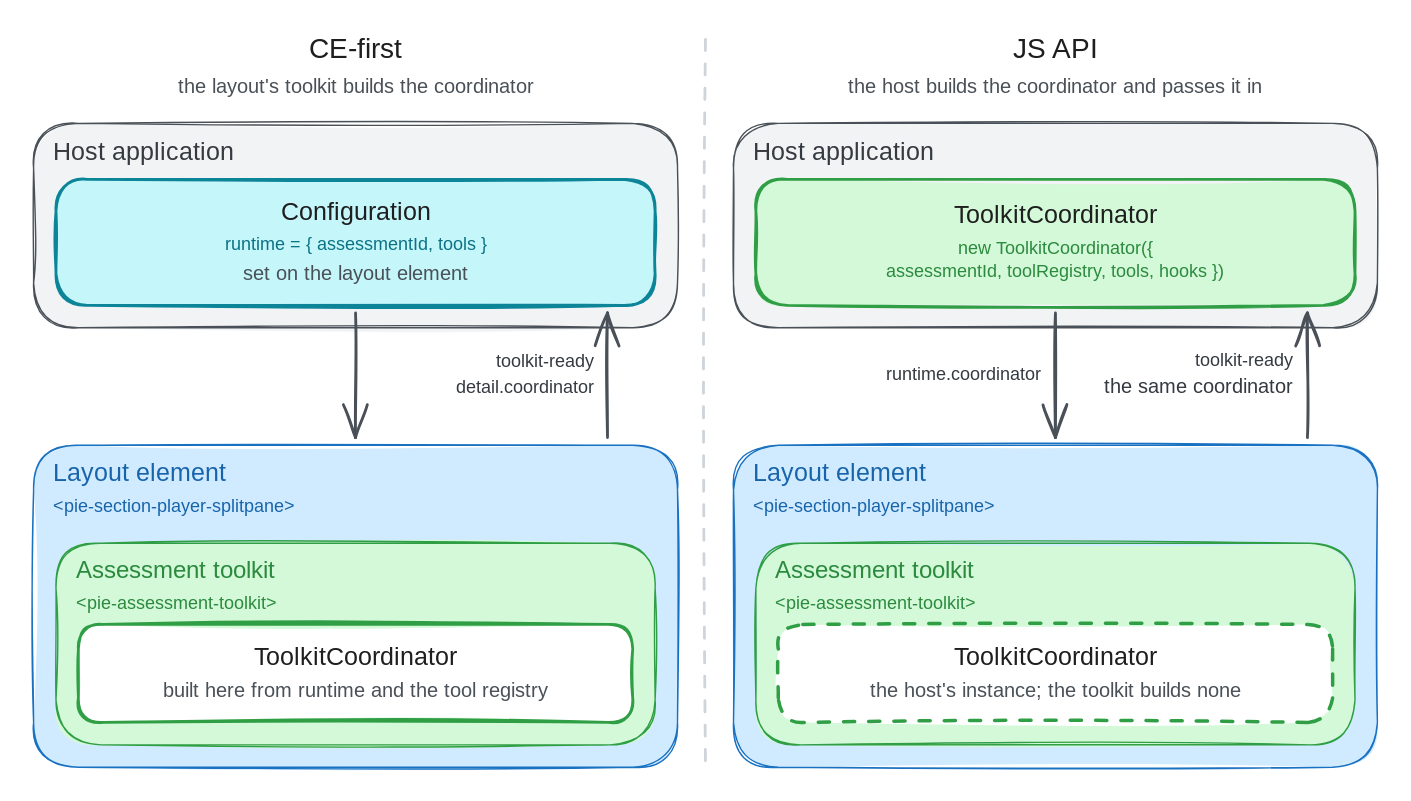
Earlier version of the Excalidraw export packages/pie-website-app/static/images/diagrams/section-integration-modes.excalidraw.svg (pie-framework/pie-website-ng). Source tidied: one line per element, renumbered; positions are measured from the earlier drawing's top-left corner, leaving out a move shared by most shapes.
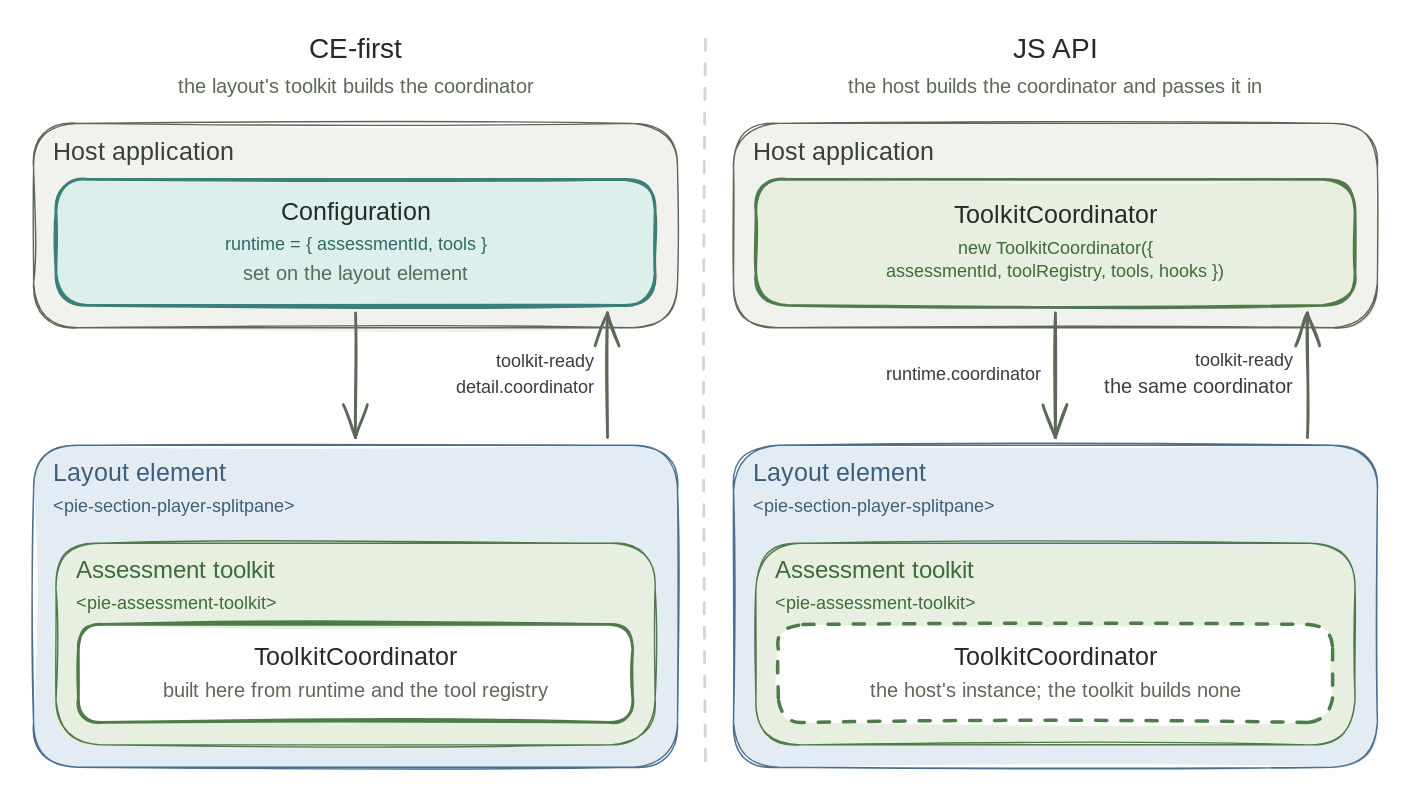
Above is the later version.

Diff of the diagram source:
```diff
@@ -1,43 +1,43 @@
-{"id": 0, "type": "rectangle", "strokeColor": "#495057", "backgroundColor": "#f1f3f5", "fillStyle": "solid", "strokeWidth": 1, "roughness": 1, "round": true, "x": 0, "y": 64, "width": 460, "height": 146}
+{"id": 0, "type": "rectangle", "strokeColor": "#5d6858", "backgroundColor": "#f1f1ed", "fillStyle": "solid", "strokeWidth": 1, "roughness": 1, "round": true, "x": 0, "y": 64, "width": 460, "height": 146}
-{"id": 1, "type": "text", "text": "Host application", "strokeColor": "#343a40", "strokeWidth": 2, "roughness": 1, "fontSize": 18, "fontFamily": 5, "x": 14, "y": 74, "width": 140, "height": 22}
+{"id": 1, "type": "text", "text": "Host application", "strokeColor": "#373f36", "strokeWidth": 2, "roughness": 1, "fontSize": 18, "fontFamily": 5, "x": 14, "y": 74, "width": 140, "height": 22}
-{"id": 2, "type": "rectangle", "strokeColor": "#1971c2", "backgroundColor": "#d0ebff", "fillStyle": "solid", "strokeWidth": 1, "roughness": 1, "round": true, "x": 0, "y": 294, "width": 460, "height": 230}
+{"id": 2, "type": "rectangle", "strokeColor": "#4a6f8f", "backgroundColor": "#e3ecf3", "fillStyle": "solid", "strokeWidth": 1, "roughness": 1, "round": true, "x": 0, "y": 294, "width": 460, "height": 230}
-{"id": 3, "type": "text", "text": "Layout element", "strokeColor": "#1864ab", "strokeWidth": 2, "roughness": 1, "fontSize": 18, "fontFamily": 5, "x": 14, "y": 304, "width": 132, "height": 22}
+{"id": 3, "type": "text", "text": "Layout element", "strokeColor": "#3d5d7a", "strokeWidth": 2, "roughness": 1, "fontSize": 18, "fontFamily": 5, "x": 14, "y": 304, "width": 132, "height": 22}
-{"id": 4, "type": "text", "text": "<pie-section-player-splitpane>", "strokeColor": "#1864ab", "strokeWidth": 2, "roughness": 1, "fontSize": 13, "fontFamily": 8, "x": 14, "y": 330, "width": 214, "height": 16}
+{"id": 4, "type": "text", "text": "<pie-section-player-splitpane>", "strokeColor": "#3d5d7a", "strokeWidth": 2, "roughness": 1, "fontSize": 13, "fontFamily": 8, "x": 14, "y": 330, "width": 214, "height": 16}
-{"id": 5, "type": "rectangle", "strokeColor": "#2f9e44", "backgroundColor": "#d3f9d8", "fillStyle": "solid", "strokeWidth": 1, "roughness": 1, "round": true, "x": 16, "y": 364, "width": 428, "height": 144}
+{"id": 5, "type": "rectangle", "strokeColor": "#4f7a4a", "backgroundColor": "#e6efe0", "fillStyle": "solid", "strokeWidth": 1, "roughness": 1, "round": true, "x": 16, "y": 364, "width": 428, "height": 144}
-{"id": 6, "type": "text", "text": "Assessment toolkit", "strokeColor": "#2b8a3e", "strokeWidth": 2, "roughness": 1, "fontSize": 17, "fontFamily": 5, "x": 30, "y": 374, "width": 159, "height": 21}
+{"id": 6, "type": "text", "text": "Assessment toolkit", "strokeColor": "#3f6a3b", "strokeWidth": 2, "roughness": 1, "fontSize": 17, "fontFamily": 5, "x": 30, "y": 374, "width": 159, "height": 21}
-{"id": 7, "type": "text", "text": "<pie-assessment-toolkit>", "strokeColor": "#2b8a3e", "strokeWidth": 2, "roughness": 1, "fontSize": 13, "fontFamily": 8, "x": 30, "y": 399, "width": 172, "height": 16}
+{"id": 7, "type": "text", "text": "<pie-assessment-toolkit>", "strokeColor": "#3f6a3b", "strokeWidth": 2, "roughness": 1, "fontSize": 13, "fontFamily": 8, "x": 30, "y": 399, "width": 172, "height": 16}
-{"id": 8, "type": "rectangle", "strokeColor": "#495057", "backgroundColor": "#f1f3f5", "fillStyle": "solid", "strokeWidth": 1, "roughness": 1, "round": true, "x": 500, "y": 64, "width": 460, "height": 146}
+{"id": 8, "type": "rectangle", "strokeColor": "#5d6858", "backgroundColor": "#f1f1ed", "fillStyle": "solid", "strokeWidth": 1, "roughness": 1, "round": true, "x": 500, "y": 64, "width": 460, "height": 146}
-{"id": 9, "type": "text", "text": "Host application", "strokeColor": "#343a40", "strokeWidth": 2, "roughness": 1, "fontSize": 18, "fontFamily": 5, "x": 514, "y": 74, "width": 140, "height": 22}
+{"id": 9, "type": "text", "text": "Host application", "strokeColor": "#373f36", "strokeWidth": 2, "roughness": 1, "fontSize": 18, "fontFamily": 5, "x": 514, "y": 74, "width": 140, "height": 22}
-{"id": 10, "type": "rectangle", "strokeColor": "#1971c2", "backgroundColor": "#d0ebff", "fillStyle": "solid", "strokeWidth": 1, "roughness": 1, "round": true, "x": 500, "y": 294, "width": 460, "height": 230}
+{"id": 10, "type": "rectangle", "strokeColor": "#4a6f8f", "backgroundColor": "#e3ecf3", "fillStyle": "solid", "strokeWidth": 1, "roughness": 1, "round": true, "x": 500, "y": 294, "width": 460, "height": 230}
-{"id": 11, "type": "text", "text": "Layout element", "strokeColor": "#1864ab", "strokeWidth": 2, "roughness": 1, "fontSize": 18, "fontFamily": 5, "x": 514, "y": 304, "width": 132, "height": 22}
+{"id": 11, "type": "text", "text": "Layout element", "strokeColor": "#3d5d7a", "strokeWidth": 2, "roughness": 1, "fontSize": 18, "fontFamily": 5, "x": 514, "y": 304, "width": 132, "height": 22}
-{"id": 12, "type": "text", "text": "<pie-section-player-splitpane>", "strokeColor": "#1864ab", "strokeWidth": 2, "roughness": 1, "fontSize": 13, "fontFamily": 8, "x": 514, "y": 330, "width": 214, "height": 16}
+{"id": 12, "type": "text", "text": "<pie-section-player-splitpane>", "strokeColor": "#3d5d7a", "strokeWidth": 2, "roughness": 1, "fontSize": 13, "fontFamily": 8, "x": 514, "y": 330, "width": 214, "height": 16}
-{"id": 13, "type": "rectangle", "strokeColor": "#2f9e44", "backgroundColor": "#d3f9d8", "fillStyle": "solid", "strokeWidth": 1, "roughness": 1, "round": true, "x": 516, "y": 364, "width": 428, "height": 144}
+{"id": 13, "type": "rectangle", "strokeColor": "#4f7a4a", "backgroundColor": "#e6efe0", "fillStyle": "solid", "strokeWidth": 1, "roughness": 1, "round": true, "x": 516, "y": 364, "width": 428, "height": 144}
-{"id": 14, "type": "text", "text": "Assessment toolkit", "strokeColor": "#2b8a3e", "strokeWidth": 2, "roughness": 1, "fontSize": 17, "fontFamily": 5, "x": 530, "y": 374, "width": 159, "height": 21}
+{"id": 14, "type": "text", "text": "Assessment toolkit", "strokeColor": "#3f6a3b", "strokeWidth": 2, "roughness": 1, "fontSize": 17, "fontFamily": 5, "x": 530, "y": 374, "width": 159, "height": 21}
-{"id": 15, "type": "text", "text": "<pie-assessment-toolkit>", "strokeColor": "#2b8a3e", "strokeWidth": 2, "roughness": 1, "fontSize": 13, "fontFamily": 8, "x": 530, "y": 399, "width": 172, "height": 16}
+{"id": 15, "type": "text", "text": "<pie-assessment-toolkit>", "strokeColor": "#3f6a3b", "strokeWidth": 2, "roughness": 1, "fontSize": 13, "fontFamily": 8, "x": 530, "y": 399, "width": 172, "height": 16}
-{"id": 16, "type": "rectangle", "strokeColor": "#0c8599", "backgroundColor": "#c5f6fa", "fillStyle": "solid", "strokeWidth": 2, "roughness": 1, "round": true, "x": 16, "y": 104, "width": 428, "height": 90}
+{"id": 16, "type": "rectangle", "strokeColor": "#3b7f7a", "backgroundColor": "#ddefec", "fillStyle": "solid", "strokeWidth": 2, "roughness": 1, "round": true, "x": 16, "y": 104, "width": 428, "height": 90}
-{"id": 17, "type": "text", "text": "Configuration", "strokeColor": "#1e1e1e", "strokeWidth": 2, "roughness": 1, "fontSize": 18, "fontFamily": 5, "textAlign": "center", "x": 172, "y": 117, "width": 116, "height": 22}
+{"id": 17, "type": "text", "text": "Configuration", "strokeColor": "#252a27", "strokeWidth": 2, "roughness": 1, "fontSize": 18, "fontFamily": 5, "textAlign": "center", "x": 172, "y": 117, "width": 116, "height": 22}
-{"id": 18, "type": "text", "text": "runtime = { assessmentId, tools }", "strokeColor": "#0b7285", "strokeWidth": 2, "roughness": 1, "fontSize": 13, "fontFamily": 8, "textAlign": "center", "x": 112, "y": 143, "width": 236, "height": 16}
+{"id": 18, "type": "text", "text": "runtime = { assessmentId, tools }", "strokeColor": "#2f6964", "strokeWidth": 2, "roughness": 1, "fontSize": 13, "fontFamily": 8, "textAlign": "center", "x": 112, "y": 143, "width": 236, "height": 16}
-{"id": 19, "type": "text", "text": "set on the layout element", "strokeColor": "#495057", "strokeWidth": 2, "roughness": 1, "fontSize": 14, "fontFamily": 5, "textAlign": "center", "x": 142, "y": 164, "width": 177, "height": 18}
+{"id": 19, "type": "text", "text": "set on the layout element", "strokeColor": "#5d6858", "strokeWidth": 2, "roughness": 1, "fontSize": 14, "fontFamily": 5, "textAlign": "center", "x": 142, "y": 164, "width": 177, "height": 18}
-{"id": 20, "type": "rectangle", "strokeColor": "#2f9e44", "backgroundColor": "#ffffff", "fillStyle": "solid", "strokeWidth": 2, "roughness": 1, "round": true, "x": 32, "y": 422, "width": 396, "height": 70}
+{"id": 20, "type": "rectangle", "strokeColor": "#4f7a4a", "backgroundColor": "#ffffff", "fillStyle": "solid", "strokeWidth": 2, "roughness": 1, "round": true, "x": 32, "y": 422, "width": 396, "height": 70}
-{"id": 21, "type": "text", "text": "ToolkitCoordinator", "strokeColor": "#1e1e1e", "strokeWidth": 2, "roughness": 1, "fontSize": 18, "fontFamily": 5, "textAlign": "center", "x": 146, "y": 435, "width": 167, "height": 22}
+{"id": 21, "type": "text", "text": "ToolkitCoordinator", "strokeColor": "#252a27", "strokeWidth": 2, "roughness": 1, "fontSize": 18, "fontFamily": 5, "textAlign": "center", "x": 146, "y": 435, "width": 167, "height": 22}
-{"id": 22, "type": "text", "text": "built here from runtime and the tool registry", "strokeColor": "#495057", "strokeWidth": 2, "roughness": 1, "fontSize": 14, "fontFamily": 5, "textAlign": "center", "x": 78, "y": 462, "width": 304, "height": 18}
+{"id": 22, "type": "text", "text": "built here from runtime and the tool registry", "strokeColor": "#5d6858", "strokeWidth": 2, "roughness": 1, "fontSize": 14, "fontFamily": 5, "textAlign": "center", "x": 78, "y": 462, "width": 304, "height": 18}
-{"id": 23, "type": "rectangle", "strokeColor": "#2f9e44", "backgroundColor": "#d3f9d8", "fillStyle": "solid", "strokeWidth": 2, "roughness": 1, "round": true, "x": 516, "y": 104, "width": 428, "height": 90}
+{"id": 23, "type": "rectangle", "strokeColor": "#4f7a4a", "backgroundColor": "#e6efe0", "fillStyle": "solid", "strokeWidth": 2, "roughness": 1, "round": true, "x": 516, "y": 104, "width": 428, "height": 90}
-{"id": 24, "type": "text", "text": "ToolkitCoordinator", "strokeColor": "#1e1e1e", "strokeWidth": 2, "roughness": 1, "fontSize": 18, "fontFamily": 5, "textAlign": "center", "x": 646, "y": 120, "width": 167, "height": 22}
+{"id": 24, "type": "text", "text": "ToolkitCoordinator", "strokeColor": "#252a27", "strokeWidth": 2, "roughness": 1, "fontSize": 18, "fontFamily": 5, "textAlign": "center", "x": 646, "y": 120, "width": 167, "height": 22}
-{"id": 25, "type": "text", "text": "new ToolkitCoordinator({\nassessmentId, toolRegistry, tools, hooks })", "strokeColor": "#2b8a3e", "strokeWidth": 2, "roughness": 1, "fontSize": 13, "fontFamily": 8, "textAlign": "center", "x": 576, "y": 146, "width": 307, "height": 32}
+{"id": 25, "type": "text", "text": "new ToolkitCoordinator({\nassessmentId, toolRegistry, tools, hooks })", "strokeColor": "#3f6a3b", "strokeWidth": 2, "roughness": 1, "fontSize": 13, "fontFamily": 8, "textAlign": "center", "x": 576, "y": 146, "width": 307, "height": 32}
-{"id": 26, "type": "rectangle", "strokeColor": "#2f9e44", "backgroundColor": "#ffffff", "fillStyle": "solid", "strokeWidth": 2, "strokeStyle": "dashed", "roughness": 1, "round": true, "x": 532, "y": 422, "width": 396, "height": 70}
+{"id": 26, "type": "rectangle", "strokeColor": "#4f7a4a", "backgroundColor": "#ffffff", "fillStyle": "solid", "strokeWidth": 2, "strokeStyle": "dashed", "roughness": 1, "round": true, "x": 532, "y": 422, "width": 396, "height": 70}
-{"id": 27, "type": "text", "text": "ToolkitCoordinator", "strokeColor": "#1e1e1e", "strokeWidth": 2, "roughness": 1, "fontSize": 18, "fontFamily": 5, "textAlign": "center", "x": 646, "y": 435, "width": 167, "height": 22}
+{"id": 27, "type": "text", "text": "ToolkitCoordinator", "strokeColor": "#252a27", "strokeWidth": 2, "roughness": 1, "fontSize": 18, "fontFamily": 5, "textAlign": "center", "x": 646, "y": 435, "width": 167, "height": 22}
-{"id": 28, "type": "text", "text": "the host's instance; the toolkit builds none", "strokeColor": "#495057", "strokeWidth": 2, "roughness": 1, "fontSize": 14, "fontFamily": 5, "textAlign": "center", "x": 581, "y": 462, "width": 297, "height": 18}
+{"id": 28, "type": "text", "text": "the host's instance; the toolkit builds none", "strokeColor": "#5d6858", "strokeWidth": 2, "roughness": 1, "fontSize": 14, "fontFamily": 5, "textAlign": "center", "x": 581, "y": 462, "width": 297, "height": 18}
-{"id": 29, "type": "text", "text": "CE-first", "strokeColor": "#1e1e1e", "strokeWidth": 2, "roughness": 1, "fontSize": 20, "fontFamily": 5, "textAlign": "center", "x": 190, "y": 0, "width": 80, "height": 25}
+{"id": 29, "type": "text", "text": "CE-first", "strokeColor": "#252a27", "strokeWidth": 2, "roughness": 1, "fontSize": 20, "fontFamily": 5, "textAlign": "center", "x": 190, "y": 0, "width": 80, "height": 25}
-{"id": 30, "type": "text", "text": "the layout's toolkit builds the coordinator", "strokeColor": "#495057", "strokeWidth": 2, "roughness": 1, "fontSize": 14, "fontFamily": 5, "textAlign": "center", "x": 85, "y": 30, "width": 290, "height": 18}
+{"id": 30, "type": "text", "text": "the layout's toolkit builds the coordinator", "strokeColor": "#5d6858", "strokeWidth": 2, "roughness": 1, "fontSize": 14, "fontFamily": 5, "textAlign": "center", "x": 85, "y": 30, "width": 290, "height": 18}
-{"id": 31, "type": "arrow", "strokeColor": "#495057", "strokeWidth": 2, "roughness": 1, "endArrowhead": "arrow", "from": 16, "to": 2, "x": 230, "y": 200, "width": 0, "height": 89, "points": [[0, 0], [0, 89]]}
+{"id": 31, "type": "arrow", "strokeColor": "#5d6858", "strokeWidth": 2, "roughness": 1, "endArrowhead": "arrow", "from": 16, "to": 2, "x": 230, "y": 200, "width": 0, "height": 89, "points": [[0, 0], [0, 89]]}
-{"id": 32, "type": "arrow", "strokeColor": "#495057", "strokeWidth": 2, "roughness": 1, "endArrowhead": "arrow", "from": 2, "to": 16, "x": 410, "y": 288, "width": 0, "height": 89, "points": [[0, 0], [0, -89]]}
+{"id": 32, "type": "arrow", "strokeColor": "#5d6858", "strokeWidth": 2, "roughness": 1, "endArrowhead": "arrow", "from": 2, "to": 16, "x": 410, "y": 288, "width": 0, "height": 89, "points": [[0, 0], [0, -89]]}
-{"id": 33, "type": "text", "text": "toolkit-ready", "strokeColor": "#343a40", "strokeWidth": 2, "roughness": 1, "fontSize": 13, "fontFamily": 8, "textAlign": "right", "x": 307, "y": 227, "width": 93, "height": 16}
+{"id": 33, "type": "text", "text": "toolkit-ready", "strokeColor": "#373f36", "strokeWidth": 2, "roughness": 1, "fontSize": 13, "fontFamily": 8, "textAlign": "right", "x": 307, "y": 227, "width": 93, "height": 16}
-{"id": 34, "type": "text", "text": "detail.coordinator", "strokeColor": "#343a40", "strokeWidth": 2, "roughness": 1, "fontSize": 13, "fontFamily": 8, "textAlign": "right", "x": 271, "y": 245, "width": 129, "height": 16}
+{"id": 34, "type": "text", "text": "detail.coordinator", "strokeColor": "#373f36", "strokeWidth": 2, "roughness": 1, "fontSize": 13, "fontFamily": 8, "textAlign": "right", "x": 271, "y": 245, "width": 129, "height": 16}
-{"id": 35, "type": "text", "text": "JS API", "strokeColor": "#1e1e1e", "strokeWidth": 2, "roughness": 1, "fontSize": 20, "fontFamily": 5, "textAlign": "center", "x": 695, "y": 0, "width": 70, "height": 25}
+{"id": 35, "type": "text", "text": "JS API", "strokeColor": "#252a27", "strokeWidth": 2, "roughness": 1, "fontSize": 20, "fontFamily": 5, "textAlign": "center", "x": 695, "y": 0, "width": 70, "height": 25}
-{"id": 36, "type": "text", "text": "the host builds the coordinator and passes it in", "strokeColor": "#495057", "strokeWidth": 2, "roughness": 1, "fontSize": 14, "fontFamily": 5, "textAlign": "center", "x": 564, "y": 30, "width": 332, "height": 18}
+{"id": 36, "type": "text", "text": "the host builds the coordinator and passes it in", "strokeColor": "#5d6858", "strokeWidth": 2, "roughness": 1, "fontSize": 14, "fontFamily": 5, "textAlign": "center", "x": 564, "y": 30, "width": 332, "height": 18}
-{"id": 37, "type": "arrow", "strokeColor": "#495057", "strokeWidth": 2, "roughness": 1, "endArrowhead": "arrow", "from": 23, "to": 10, "x": 730, "y": 200, "width": 0, "height": 89, "points": [[0, 0], [0, 89]]}
+{"id": 37, "type": "arrow", "strokeColor": "#5d6858", "strokeWidth": 2, "roughness": 1, "endArrowhead": "arrow", "from": 23, "to": 10, "x": 730, "y": 200, "width": 0, "height": 89, "points": [[0, 0], [0, 89]]}
-{"id": 38, "type": "arrow", "strokeColor": "#495057", "strokeWidth": 2, "roughness": 1, "endArrowhead": "arrow", "from": 10, "to": 23, "x": 910, "y": 288, "width": 0, "height": 89, "points": [[0, 0], [0, -89]]}
+{"id": 38, "type": "arrow", "strokeColor": "#5d6858", "strokeWidth": 2, "roughness": 1, "endArrowhead": "arrow", "from": 10, "to": 23, "x": 910, "y": 288, "width": 0, "height": 89, "points": [[0, 0], [0, -89]]}
-{"id": 39, "type": "text", "text": "runtime.coordinator", "strokeColor": "#343a40", "strokeWidth": 2, "roughness": 1, "fontSize": 13, "fontFamily": 8, "textAlign": "right", "x": 584, "y": 236, "width": 136, "height": 16}
+{"id": 39, "type": "text", "text": "runtime.coordinator", "strokeColor": "#373f36", "strokeWidth": 2, "roughness": 1, "fontSize": 13, "fontFamily": 8, "textAlign": "right", "x": 584, "y": 236, "width": 136, "height": 16}
-{"id": 40, "type": "text", "text": "toolkit-ready", "strokeColor": "#343a40", "strokeWidth": 2, "roughness": 1, "fontSize": 13, "fontFamily": 8, "textAlign": "right", "x": 807, "y": 226, "width": 93, "height": 16}
+{"id": 40, "type": "text", "text": "toolkit-ready", "strokeColor": "#373f36", "strokeWidth": 2, "roughness": 1, "fontSize": 13, "fontFamily": 8, "textAlign": "right", "x": 807, "y": 226, "width": 93, "height": 16}
-{"id": 41, "type": "text", "text": "the same coordinator", "strokeColor": "#343a40", "strokeWidth": 2, "roughness": 1, "fontSize": 14, "fontFamily": 5, "textAlign": "right", "x": 754, "y": 244, "width": 146, "height": 18}
+{"id": 41, "type": "text", "text": "the same coordinator", "strokeColor": "#373f36", "strokeWidth": 2, "roughness": 1, "fontSize": 14, "fontFamily": 5, "textAlign": "right", "x": 754, "y": 244, "width": 146, "height": 18}
-{"id": 42, "type": "line", "strokeColor": "#ced4da", "strokeWidth": 1.5, "strokeStyle": "dashed", "roughness": 1, "x": 480, "y": 4, "width": 0, "height": 520, "points": [[0, 0], [0, 520]]}
+{"id": 42, "type": "line", "strokeColor": "#d3d5ce", "strokeWidth": 1.5, "strokeStyle": "dashed", "roughness": 1, "x": 480, "y": 4, "width": 0, "height": 520, "points": [[0, 0], [0, 520]]}
```
